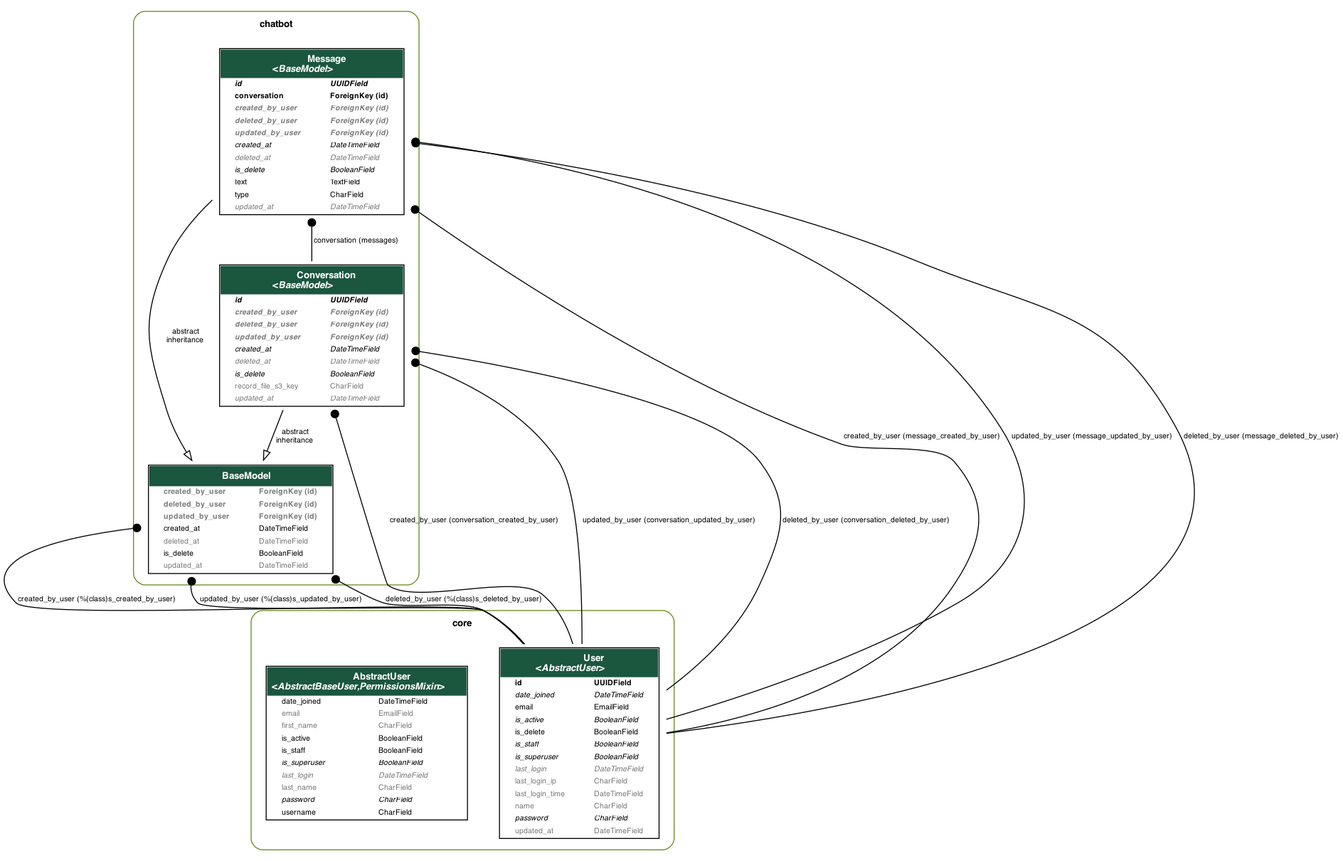
Before: erd.png, a diagram exported from Graphviz (WytheHuang/Chronos-backend). Its source is kept beside it as erd.dot. Source of this version:
```dot
digraph model_graph {

  fontname = "Roboto"
  fontsize = 8
  splines  = true
  rankdir = "TB"

  node [
    fontname = "Roboto"
    fontsize = 8
    shape = "plaintext"
  ]

  edge [
    fontname = "Roboto"
    fontsize = 8
  ]

  subgraph cluster_core {
    label=<
          <TABLE BORDER="0" CELLBORDER="0" CELLSPACING="0">
          <TR><TD COLSPAN="2" CELLPADDING="4" ALIGN="CENTER">
          <FONT FACE="Roboto" COLOR="Black" POINT-SIZE="10">
          <B>core</B>
          </FONT>
          </TD></TR>
          </TABLE>
          >
    color=olivedrab4
    style="rounded"

    django_contrib_auth_models_AbstractUser [label=<
      <TABLE BGCOLOR="white" BORDER="1" CELLBORDER="0" CELLSPACING="0">
      <TR><TD COLSPAN="2" CELLPADDING="5" ALIGN="CENTER" BGCOLOR="#1b563f">
      <FONT FACE="Roboto" COLOR="white" POINT-SIZE="10"><B>
      AbstractUser<BR/>&lt;<FONT FACE="Roboto"><I>AbstractBaseUser,PermissionsMixin</I></FONT>&gt;
      </B></FONT></TD></TR>


      <TR><TD ALIGN="LEFT" BORDER="0">
      <FONT FACE="Roboto">date_joined</FONT>
      </TD><TD ALIGN="LEFT">
      <FONT FACE="Roboto">DateTimeField</FONT>
      </TD></TR>



      <TR><TD ALIGN="LEFT" BORDER="0">
      <FONT COLOR="#7B7B7B" FACE="Roboto">email</FONT>
      </TD><TD ALIGN="LEFT">
      <FONT COLOR="#7B7B7B" FACE="Roboto">EmailField</FONT>
      </TD></TR>



      <TR><TD ALIGN="LEFT" BORDER="0">
      <FONT COLOR="#7B7B7B" FACE="Roboto">first_name</FONT>
      </TD><TD ALIGN="LEFT">
      <FONT COLOR="#7B7B7B" FACE="Roboto">CharField</FONT>
      </TD></TR>



      <TR><TD ALIGN="LEFT" BORDER="0">
      <FONT FACE="Roboto">is_active</FONT>
      </TD><TD ALIGN="LEFT">
      <FONT FACE="Roboto">BooleanField</FONT>
      </TD></TR>



      <TR><TD ALIGN="LEFT" BORDER="0">
      <FONT FACE="Roboto">is_staff</FONT>
      </TD><TD ALIGN="LEFT">
      <FONT FACE="Roboto">BooleanField</FONT>
      </TD></TR>



      <TR><TD ALIGN="LEFT" BORDER="0">
      <FONT FACE="Roboto"><I>is_superuser</I></FONT>
      </TD><TD ALIGN="LEFT">
      <FONT FACE="Roboto"><I>BooleanField</I></FONT>
      </TD></TR>



      <TR><TD ALIGN="LEFT" BORDER="0">
      <FONT COLOR="#7B7B7B" FACE="Roboto"><I>last_login</I></FONT>
      </TD><TD ALIGN="LEFT">
      <FONT COLOR="#7B7B7B" FACE="Roboto"><I>DateTimeField</I></FONT>
      </TD></TR>



      <TR><TD ALIGN="LEFT" BORDER="0">
      <FONT COLOR="#7B7B7B" FACE="Roboto">last_name</FONT>
      </TD><TD ALIGN="LEFT">
      <FONT COLOR="#7B7B7B" FACE="Roboto">CharField</FONT>
      </TD></TR>



      <TR><TD ALIGN="LEFT" BORDER="0">
      <FONT FACE="Roboto"><I>password</I></FONT>
      </TD><TD ALIGN="LEFT">
      <FONT FACE="Roboto"><I>CharField</I></FONT>
      </TD></TR>



      <TR><TD ALIGN="LEFT" BORDER="0">
      <FONT FACE="Roboto">username</FONT>
      </TD><TD ALIGN="LEFT">
      <FONT FACE="Roboto">CharField</FONT>
      </TD></TR>


      </TABLE>
      >]

    core_models_User [label=<
      <TABLE BGCOLOR="white" BORDER="1" CELLBORDER="0" CELLSPACING="0">
      <TR><TD COLSPAN="2" CELLPADDING="5" ALIGN="CENTER" BGCOLOR="#1b563f">
      <FONT FACE="Roboto" COLOR="white" POINT-SIZE="10"><B>
      User<BR/>&lt;<FONT FACE="Roboto"><I>AbstractUser</I></FONT>&gt;
      </B></FONT></TD></TR>


      <TR><TD ALIGN="LEFT" BORDER="0">
      <FONT FACE="Roboto"><B>id</B></FONT>
      </TD><TD ALIGN="LEFT">
      <FONT FACE="Roboto"><B>UUIDField</B></FONT>
      </TD></TR>



      <TR><TD ALIGN="LEFT" BORDER="0">
      <FONT FACE="Roboto"><I>date_joined</I></FONT>
      </TD><TD ALIGN="LEFT">
      <FONT FACE="Roboto"><I>DateTimeField</I></FONT>
      </TD></TR>



      <TR><TD ALIGN="LEFT" BORDER="0">
      <FONT FACE="Roboto">email</FONT>
      </TD><TD ALIGN="LEFT">
      <FONT FACE="Roboto">EmailField</FONT>
      </TD></TR>



      <TR><TD ALIGN="LEFT" BORDER="0">
      <FONT FACE="Roboto"><I>is_active</I></FONT>
      </TD><TD ALIGN="LEFT">
      <FONT FACE="Roboto"><I>BooleanField</I></FONT>
      </TD></TR>



      <TR><TD ALIGN="LEFT" BORDER="0">
      <FONT FACE="Roboto">is_delete</FONT>
      </TD><TD ALIGN="LEFT">
      <FONT FACE="Roboto">BooleanField</FONT>
      </TD></TR>



      <TR><TD ALIGN="LEFT" BORDER="0">
      <FONT FACE="Roboto"><I>is_staff</I></FONT>
      </TD><TD ALIGN="LEFT">
      <FONT FACE="Roboto"><I>BooleanField</I></FONT>
      </TD></TR>



      <TR><TD ALIGN="LEFT" BORDER="0">
      <FONT FACE="Roboto"><I>is_superuser</I></FONT>
      </TD><TD ALIGN="LEFT">
      <FONT FACE="Roboto"><I>BooleanField</I></FONT>
      </TD></TR>



      <TR><TD ALIGN="LEFT" BORDER="0">
      <FONT COLOR="#7B7B7B" FACE="Roboto"><I>last_login</I></FONT>
      </TD><TD ALIGN="LEFT">
      <FONT COLOR="#7B7B7B" FACE="Roboto"><I>DateTimeField</I></FONT>
      </TD></TR>



      <TR><TD ALIGN="LEFT" BORDER="0">
      <FONT COLOR="#7B7B7B" FACE="Roboto">last_login_ip</FONT>
      </TD><TD ALIGN="LEFT">
      <FONT COLOR="#7B7B7B" FACE="Roboto">CharField</FONT>
      </TD></TR>



      <TR><TD ALIGN="LEFT" BORDER="0">
      <FONT COLOR="#7B7B7B" FACE="Roboto">last_login_time</FONT>
      </TD><TD ALIGN="LEFT">
      <FONT COLOR="#7B7B7B" FACE="Roboto">DateTimeField</FONT>
      </TD></TR>



      <TR><TD ALIGN="LEFT" BORDER="0">
      <FONT COLOR="#7B7B7B" FACE="Roboto">name</FONT>
      </TD><TD ALIGN="LEFT">
      <FONT COLOR="#7B7B7B" FACE="Roboto">CharField</FONT>
      </TD></TR>



      <TR><TD ALIGN="LEFT" BORDER="0">
      <FONT FACE="Roboto"><I>password</I></FONT>
      </TD><TD ALIGN="LEFT">
      <FONT FACE="Roboto"><I>CharField</I></FONT>
      </TD></TR>



      <TR><TD ALIGN="LEFT" BORDER="0">
      <FONT COLOR="#7B7B7B" FACE="Roboto">updated_at</FONT>
      </TD><TD ALIGN="LEFT">
      <FONT COLOR="#7B7B7B" FACE="Roboto">DateTimeField</FONT>
      </TD></TR>


      </TABLE>
      >]

  }
  subgraph cluster_chatbot {
    label=<
          <TABLE BORDER="0" CELLBORDER="0" CELLSPACING="0">
          <TR><TD COLSPAN="2" CELLPADDING="4" ALIGN="CENTER">
          <FONT FACE="Roboto" COLOR="Black" POINT-SIZE="10">
          <B>chatbot</B>
          </FONT>
          </TD></TR>
          </TABLE>
          >
    color=olivedrab4
    style="rounded"

    core_models_BaseModel [label=<
      <TABLE BGCOLOR="white" BORDER="1" CELLBORDER="0" CELLSPACING="0">
      <TR><TD COLSPAN="2" CELLPADDING="5" ALIGN="CENTER" BGCOLOR="#1b563f">
      <FONT FACE="Roboto" COLOR="white" POINT-SIZE="10"><B>
      BaseModel
      </B></FONT></TD></TR>


      <TR><TD ALIGN="LEFT" BORDER="0">
      <FONT COLOR="#7B7B7B" FACE="Roboto"><B>created_by_user</B></FONT>
      </TD><TD ALIGN="LEFT">
      <FONT COLOR="#7B7B7B" FACE="Roboto"><B>ForeignKey (id)</B></FONT>
      </TD></TR>



      <TR><TD ALIGN="LEFT" BORDER="0">
      <FONT COLOR="#7B7B7B" FACE="Roboto"><B>deleted_by_user</B></FONT>
      </TD><TD ALIGN="LEFT">
      <FONT COLOR="#7B7B7B" FACE="Roboto"><B>ForeignKey (id)</B></FONT>
      </TD></TR>



      <TR><TD ALIGN="LEFT" BORDER="0">
      <FONT COLOR="#7B7B7B" FACE="Roboto"><B>updated_by_user</B></FONT>
      </TD><TD ALIGN="LEFT">
      <FONT COLOR="#7B7B7B" FACE="Roboto"><B>ForeignKey (id)</B></FONT>
      </TD></TR>



      <TR><TD ALIGN="LEFT" BORDER="0">
      <FONT FACE="Roboto">created_at</FONT>
      </TD><TD ALIGN="LEFT">
      <FONT FACE="Roboto">DateTimeField</FONT>
      </TD></TR>



      <TR><TD ALIGN="LEFT" BORDER="0">
      <FONT COLOR="#7B7B7B" FACE="Roboto">deleted_at</FONT>
      </TD><TD ALIGN="LEFT">
      <FONT COLOR="#7B7B7B" FACE="Roboto">DateTimeField</FONT>
      </TD></TR>



      <TR><TD ALIGN="LEFT" BORDER="0">
      <FONT FACE="Roboto">is_delete</FONT>
      </TD><TD ALIGN="LEFT">
      <FONT FACE="Roboto">BooleanField</FONT>
      </TD></TR>



      <TR><TD ALIGN="LEFT" BORDER="0">
      <FONT COLOR="#7B7B7B" FACE="Roboto">updated_at</FONT>
      </TD><TD ALIGN="LEFT">
      <FONT COLOR="#7B7B7B" FACE="Roboto">DateTimeField</FONT>
      </TD></TR>


      </TABLE>
      >]

    chatbot_models_Conversation [label=<
      <TABLE BGCOLOR="white" BORDER="1" CELLBORDER="0" CELLSPACING="0">
      <TR><TD COLSPAN="2" CELLPADDING="5" ALIGN="CENTER" BGCOLOR="#1b563f">
      <FONT FACE="Roboto" COLOR="white" POINT-SIZE="10"><B>
      Conversation<BR/>&lt;<FONT FACE="Roboto"><I>BaseModel</I></FONT>&gt;
      </B></FONT></TD></TR>


      <TR><TD ALIGN="LEFT" BORDER="0">
      <FONT FACE="Roboto"><I><B>id</B></I></FONT>
      </TD><TD ALIGN="LEFT">
      <FONT FACE="Roboto"><I><B>UUIDField</B></I></FONT>
      </TD></TR>



      <TR><TD ALIGN="LEFT" BORDER="0">
      <FONT COLOR="#7B7B7B" FACE="Roboto"><I><B>created_by_user</B></I></FONT>
      </TD><TD ALIGN="LEFT">
      <FONT COLOR="#7B7B7B" FACE="Roboto"><I><B>ForeignKey (id)</B></I></FONT>
      </TD></TR>



      <TR><TD ALIGN="LEFT" BORDER="0">
      <FONT COLOR="#7B7B7B" FACE="Roboto"><I><B>deleted_by_user</B></I></FONT>
      </TD><TD ALIGN="LEFT">
      <FONT COLOR="#7B7B7B" FACE="Roboto"><I><B>ForeignKey (id)</B></I></FONT>
      </TD></TR>



      <TR><TD ALIGN="LEFT" BORDER="0">
      <FONT COLOR="#7B7B7B" FACE="Roboto"><I><B>updated_by_user</B></I></FONT>
      </TD><TD ALIGN="LEFT">
      <FONT COLOR="#7B7B7B" FACE="Roboto"><I><B>ForeignKey (id)</B></I></FONT>
      </TD></TR>



      <TR><TD ALIGN="LEFT" BORDER="0">
      <FONT FACE="Roboto"><I>created_at</I></FONT>
      </TD><TD ALIGN="LEFT">
      <FONT FACE="Roboto"><I>DateTimeField</I></FONT>
      </TD></TR>



      <TR><TD ALIGN="LEFT" BORDER="0">
      <FONT COLOR="#7B7B7B" FACE="Roboto"><I>deleted_at</I></FONT>
      </TD><TD ALIGN="LEFT">
      <FONT COLOR="#7B7B7B" FACE="Roboto"><I>DateTimeField</I></FONT>
      </TD></TR>



      <TR><TD ALIGN="LEFT" BORDER="0">
      <FONT FACE="Roboto"><I>is_delete</I></FONT>
      </TD><TD ALIGN="LEFT">
      <FONT FACE="Roboto"><I>BooleanField</I></FONT>
      </TD></TR>



      <TR><TD ALIGN="LEFT" BORDER="0">
      <FONT COLOR="#7B7B7B" FACE="Roboto">record_file_s3_key</FONT>
      </TD><TD ALIGN="LEFT">
      <FONT COLOR="#7B7B7B" FACE="Roboto">CharField</FONT>
      </TD></TR>



      <TR><TD ALIGN="LEFT" BORDER="0">
      <FONT COLOR="#7B7B7B" FACE="Roboto"><I>updated_at</I></FONT>
      </TD><TD ALIGN="LEFT">
      <FONT COLOR="#7B7B7B" FACE="Roboto"><I>DateTimeField</I></FONT>
      </TD></TR>


      </TABLE>
      >]

    chatbot_models_Message [label=<
      <TABLE BGCOLOR="white" BORDER="1" CELLBORDER="0" CELLSPACING="0">
      <TR><TD COLSPAN="2" CELLPADDING="5" ALIGN="CENTER" BGCOLOR="#1b563f">
      <FONT FACE="Roboto" COLOR="white" POINT-SIZE="10"><B>
      Message<BR/>&lt;<FONT FACE="Roboto"><I>BaseModel</I></FONT>&gt;
      </B></FONT></TD></TR>


      <TR><TD ALIGN="LEFT" BORDER="0">
      <FONT FACE="Roboto"><I><B>id</B></I></FONT>
      </TD><TD ALIGN="LEFT">
      <FONT FACE="Roboto"><I><B>UUIDField</B></I></FONT>
      </TD></TR>



      <TR><TD ALIGN="LEFT" BORDER="0">
      <FONT FACE="Roboto"><B>conversation</B></FONT>
      </TD><TD ALIGN="LEFT">
      <FONT FACE="Roboto"><B>ForeignKey (id)</B></FONT>
      </TD></TR>



      <TR><TD ALIGN="LEFT" BORDER="0">
      <FONT COLOR="#7B7B7B" FACE="Roboto"><I><B>created_by_user</B></I></FONT>
      </TD><TD ALIGN="LEFT">
      <FONT COLOR="#7B7B7B" FACE="Roboto"><I><B>ForeignKey (id)</B></I></FONT>
      </TD></TR>



      <TR><TD ALIGN="LEFT" BORDER="0">
      <FONT COLOR="#7B7B7B" FACE="Roboto"><I><B>deleted_by_user</B></I></FONT>
      </TD><TD ALIGN="LEFT">
      <FONT COLOR="#7B7B7B" FACE="Roboto"><I><B>ForeignKey (id)</B></I></FONT>
      </TD></TR>



      <TR><TD ALIGN="LEFT" BORDER="0">
      <FONT COLOR="#7B7B7B" FACE="Roboto"><I><B>updated_by_user</B></I></FONT>
      </TD><TD ALIGN="LEFT">
      <FONT COLOR="#7B7B7B" FACE="Roboto"><I><B>ForeignKey (id)</B></I></FONT>
      </TD></TR>



      <TR><TD ALIGN="LEFT" BORDER="0">
      <FONT FACE="Roboto"><I>created_at</I></FONT>
      </TD><TD ALIGN="LEFT">
      <FONT FACE="Roboto"><I>DateTimeField</I></FONT>
      </TD></TR>



      <TR><TD ALIGN="LEFT" BORDER="0">
      <FONT COLOR="#7B7B7B" FACE="Roboto"><I>deleted_at</I></FONT>
      </TD><TD ALIGN="LEFT">
      <FONT COLOR="#7B7B7B" FACE="Roboto"><I>DateTimeField</I></FONT>
      </TD></TR>



      <TR><TD ALIGN="LEFT" BORDER="0">
      <FONT FACE="Roboto"><I>is_delete</I></FONT>
      </TD><TD ALIGN="LEFT">
      <FONT FACE="Roboto"><I>BooleanField</I></FONT>
      </TD></TR>



      <TR><TD ALIGN="LEFT" BORDER="0">
      <FONT FACE="Roboto">text</FONT>
      </TD><TD ALIGN="LEFT">
      <FONT FACE="Roboto">TextField</FONT>
      </TD></TR>



      <TR><TD ALIGN="LEFT" BORDER="0">
      <FONT FACE="Roboto">type</FONT>
      </TD><TD ALIGN="LEFT">
      <FONT FACE="Roboto">CharField</FONT>
      </TD></TR>



      <TR><TD ALIGN="LEFT" BORDER="0">
      <FONT COLOR="#7B7B7B" FACE="Roboto"><I>updated_at</I></FONT>
      </TD><TD ALIGN="LEFT">
      <FONT COLOR="#7B7B7B" FACE="Roboto"><I>DateTimeField</I></FONT>
      </TD></TR>


      </TABLE>
      >]

  }



  core_models_BaseModel -> core_models_User
  [label=" created_by_user (%(class)s_created_by_user)"] [arrowhead=none, arrowtail=dot, dir=both];

  core_models_BaseModel -> core_models_User
  [label=" updated_by_user (%(class)s_updated_by_user)"] [arrowhead=none, arrowtail=dot, dir=both];

  core_models_BaseModel -> core_models_User
  [label=" deleted_by_user (%(class)s_deleted_by_user)"] [arrowhead=none, arrowtail=dot, dir=both];

  chatbot_models_Conversation -> core_models_User
  [label=" created_by_user (conversation_created_by_user)"] [arrowhead=none, arrowtail=dot, dir=both];

  chatbot_models_Conversation -> core_models_User
  [label=" updated_by_user (conversation_updated_by_user)"] [arrowhead=none, arrowtail=dot, dir=both];

  chatbot_models_Conversation -> core_models_User
  [label=" deleted_by_user (conversation_deleted_by_user)"] [arrowhead=none, arrowtail=dot, dir=both];

  chatbot_models_Conversation -> core_models_BaseModel
  [label=" abstract\ninheritance"] [arrowhead=empty, arrowtail=none, dir=both];

  chatbot_models_Message -> core_models_User
  [label=" created_by_user (message_created_by_user)"] [arrowhead=none, arrowtail=dot, dir=both];

  chatbot_models_Message -> core_models_User
  [label=" updated_by_user (message_updated_by_user)"] [arrowhead=none, arrowtail=dot, dir=both];

  chatbot_models_Message -> core_models_User
  [label=" deleted_by_user (message_deleted_by_user)"] [arrowhead=none, arrowtail=dot, dir=both];

  chatbot_models_Message -> chatbot_models_Conversation
  [label=" conversation (messages)"] [arrowhead=none, arrowtail=dot, dir=both];

  chatbot_models_Message -> core_models_BaseModel
  [label=" abstract\ninheritance"] [arrowhead=empty, arrowtail=none, dir=both];


}
```
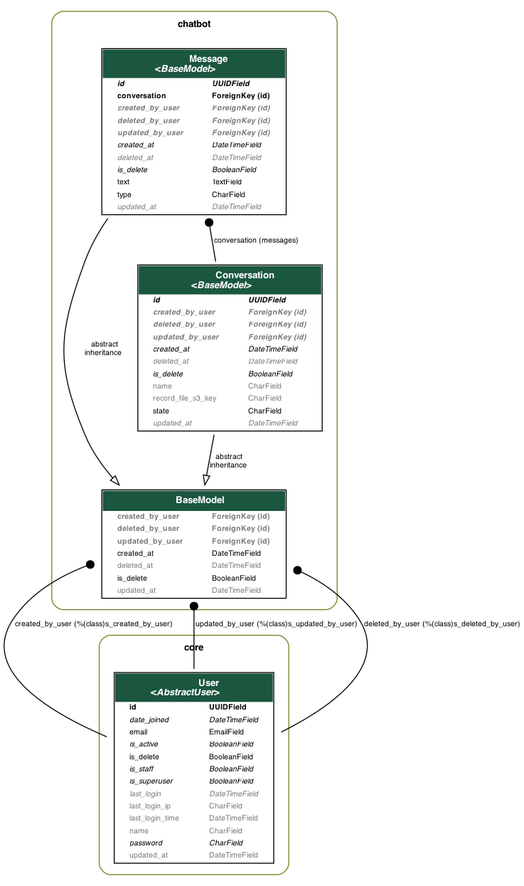
Above is the later version.

What changed in the source:
```diff
@@ -28,96 +28,6 @@
           >
     color=olivedrab4
     style="rounded"
-
-    django_contrib_auth_models_AbstractUser [label=<
-      <TABLE BGCOLOR="white" BORDER="1" CELLBORDER="0" CELLSPACING="0">
-      <TR><TD COLSPAN="2" CELLPADDING="5" ALIGN="CENTER" BGCOLOR="#1b563f">
-      <FONT FACE="Roboto" COLOR="white" POINT-SIZE="10"><B>
-      AbstractUser<BR/>&lt;<FONT FACE="Roboto"><I>AbstractBaseUser,PermissionsMixin</I></FONT>&gt;
-      </B></FONT></TD></TR>
-
-
-      <TR><TD ALIGN="LEFT" BORDER="0">
-      <FONT FACE="Roboto">date_joined</FONT>
-      </TD><TD ALIGN="LEFT">
-      <FONT FACE="Roboto">DateTimeField</FONT>
-      </TD></TR>
-
-
-
-      <TR><TD ALIGN="LEFT" BORDER="0">
-      <FONT COLOR="#7B7B7B" FACE="Roboto">email</FONT>
-      </TD><TD ALIGN="LEFT">
-      <FONT COLOR="#7B7B7B" FACE="Roboto">EmailField</FONT>
-      </TD></TR>
-
-
-
-      <TR><TD ALIGN="LEFT" BORDER="0">
-      <FONT COLOR="#7B7B7B" FACE="Roboto">first_name</FONT>
-      </TD><TD ALIGN="LEFT">
-      <FONT COLOR="#7B7B7B" FACE="Roboto">CharField</FONT>
-      </TD></TR>
-
-
-
-      <TR><TD ALIGN="LEFT" BORDER="0">
-      <FONT FACE="Roboto">is_active</FONT>
-      </TD><TD ALIGN="LEFT">
-      <FONT FACE="Roboto">BooleanField</FONT>
-      </TD></TR>
-
-
-
-      <TR><TD ALIGN="LEFT" BORDER="0">
-      <FONT FACE="Roboto">is_staff</FONT>
-      </TD><TD ALIGN="LEFT">
-      <FONT FACE="Roboto">BooleanField</FONT>
-      </TD></TR>
-
-
-
-      <TR><TD ALIGN="LEFT" BORDER="0">
-      <FONT FACE="Roboto"><I>is_superuser</I></FONT>
-      </TD><TD ALIGN="LEFT">
-      <FONT FACE="Roboto"><I>BooleanField</I></FONT>
-      </TD></TR>
-
-
-
-      <TR><TD ALIGN="LEFT" BORDER="0">
-      <FONT COLOR="#7B7B7B" FACE="Roboto"><I>last_login</I></FONT>
-      </TD><TD ALIGN="LEFT">
-      <FONT COLOR="#7B7B7B" FACE="Roboto"><I>DateTimeField</I></FONT>
-      </TD></TR>
-
-
-
-      <TR><TD ALIGN="LEFT" BORDER="0">
-      <FONT COLOR="#7B7B7B" FACE="Roboto">last_name</FONT>
-      </TD><TD ALIGN="LEFT">
-      <FONT COLOR="#7B7B7B" FACE="Roboto">CharField</FONT>
-      </TD></TR>
-
-
-
-      <TR><TD ALIGN="LEFT" BORDER="0">
-      <FONT FACE="Roboto"><I>password</I></FONT>
-      </TD><TD ALIGN="LEFT">
-      <FONT FACE="Roboto"><I>CharField</I></FONT>
-      </TD></TR>
-
-
-
-      <TR><TD ALIGN="LEFT" BORDER="0">
-      <FONT FACE="Roboto">username</FONT>
-      </TD><TD ALIGN="LEFT">
-      <FONT FACE="Roboto">CharField</FONT>
-      </TD></TR>
-
-
-      </TABLE>
-      >]
 
     core_models_User [label=<
       <TABLE BGCOLOR="white" BORDER="1" CELLBORDER="0" CELLSPACING="0">
@@ -378,9 +288,25 @@
 
 
       <TR><TD ALIGN="LEFT" BORDER="0">
+      <FONT COLOR="#7B7B7B" FACE="Roboto">name</FONT>
+      </TD><TD ALIGN="LEFT">
+      <FONT COLOR="#7B7B7B" FACE="Roboto">CharField</FONT>
+      </TD></TR>
+
+
+
+      <TR><TD ALIGN="LEFT" BORDER="0">
       <FONT COLOR="#7B7B7B" FACE="Roboto">record_file_s3_key</FONT>
       </TD><TD ALIGN="LEFT">
       <FONT COLOR="#7B7B7B" FACE="Roboto">CharField</FONT>
+      </TD></TR>
+
+
+
+      <TR><TD ALIGN="LEFT" BORDER="0">
+      <FONT FACE="Roboto">state</FONT>
+      </TD><TD ALIGN="LEFT">
+      <FONT FACE="Roboto">CharField</FONT>
       </TD></TR>
 
 
@@ -506,26 +432,8 @@
   core_models_BaseModel -> core_models_User
   [label=" deleted_by_user (%(class)s_deleted_by_user)"] [arrowhead=none, arrowtail=dot, dir=both];
 
-  chatbot_models_Conversation -> core_models_User
-  [label=" created_by_user (conversation_created_by_user)"] [arrowhead=none, arrowtail=dot, dir=both];
-
-  chatbot_models_Conversation -> core_models_User
-  [label=" updated_by_user (conversation_updated_by_user)"] [arrowhead=none, arrowtail=dot, dir=both];
-
-  chatbot_models_Conversation -> core_models_User
-  [label=" deleted_by_user (conversation_deleted_by_user)"] [arrowhead=none, arrowtail=dot, dir=both];
-
   chatbot_models_Conversation -> core_models_BaseModel
   [label=" abstract\ninheritance"] [arrowhead=empty, arrowtail=none, dir=both];
-
-  chatbot_models_Message -> core_models_User
-  [label=" created_by_user (message_created_by_user)"] [arrowhead=none, arrowtail=dot, dir=both];
-
-  chatbot_models_Message -> core_models_User
-  [label=" updated_by_user (message_updated_by_user)"] [arrowhead=none, arrowtail=dot, dir=both];
-
-  chatbot_models_Message -> core_models_User
-  [label=" deleted_by_user (message_deleted_by_user)"] [arrowhead=none, arrowtail=dot, dir=both];
 
   chatbot_models_Message -> chatbot_models_Conversation
   [label=" conversation (messages)"] [arrowhead=none, arrowtail=dot, dir=both];
```
